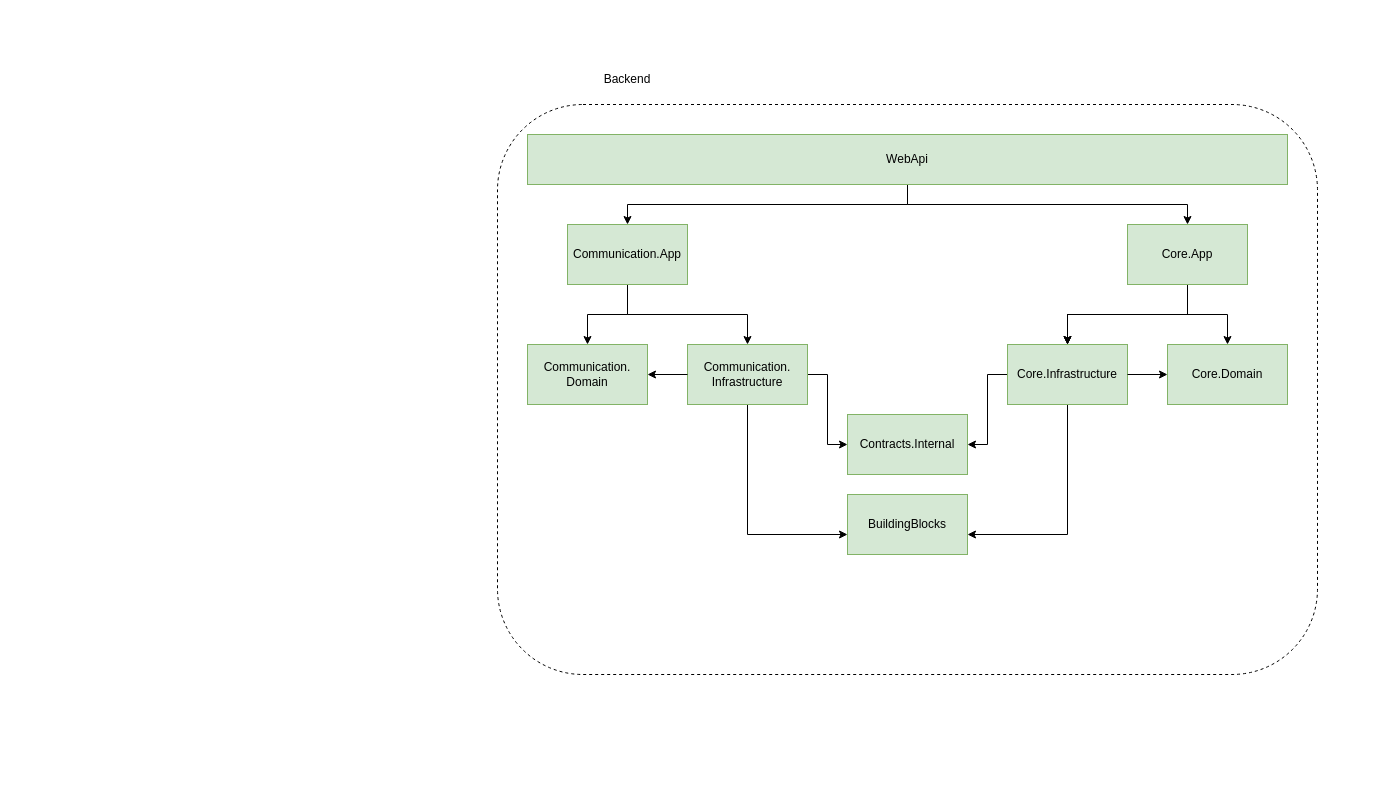
Before: page "Page-1" (1 of 2) of drawio/pebble.drawio in DelaCodes/diagrams, a draw.io diagram. Source tidied: cells renumbered, new cells numbered last; positions are measured from the earlier drawing's top-left corner, leaving out a move shared by most shapes. Both pictures are drawn from the tidied source at 100%, with x=0, y=0 at pixel (497, 64).
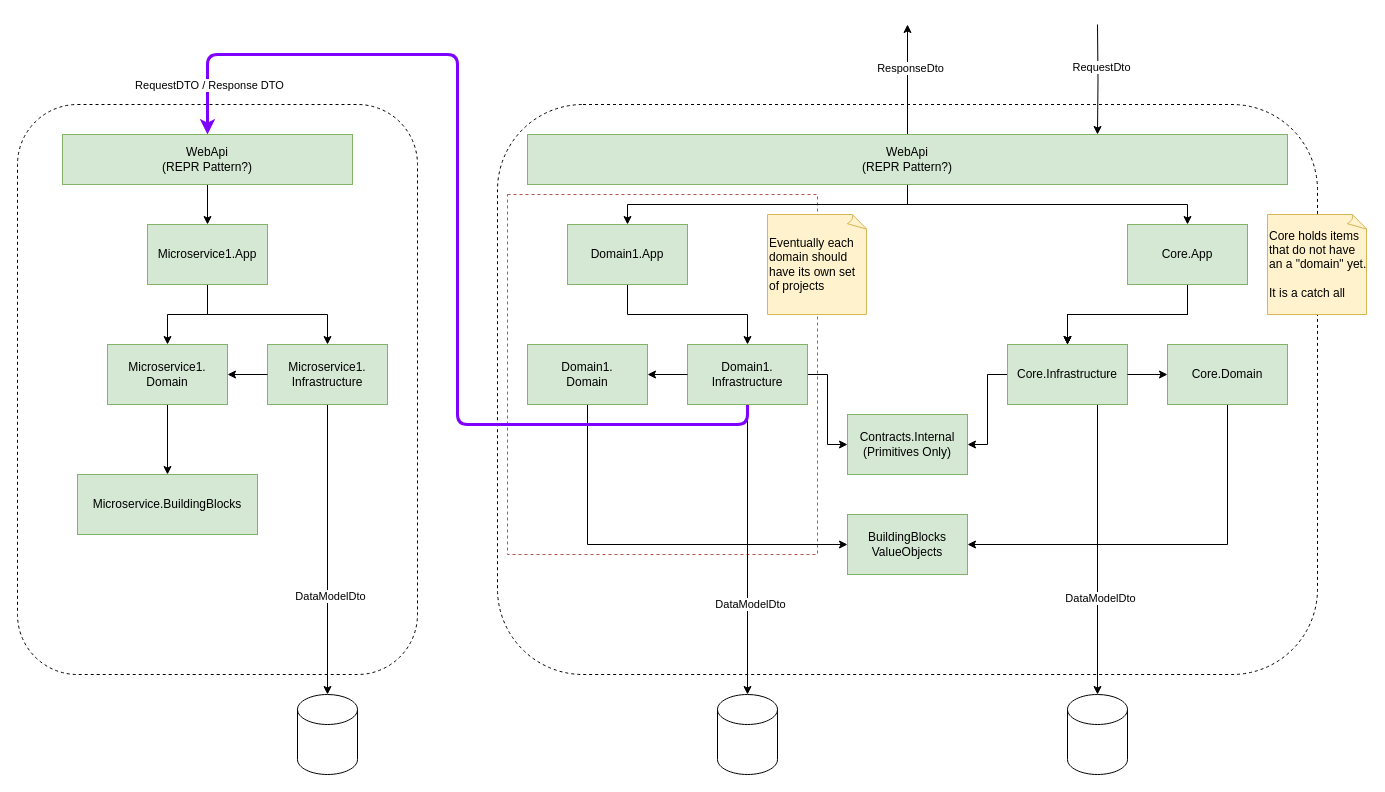
After the change.

The change refers to these unchanged cells:
```xml
<mxCell id="11" value="Core.App" style="whiteSpace=wrap;html=1;fillColor=#d5e8d4;strokeColor=#82b366;rounded=0;" parent="1" vertex="1">
  <mxGeometry x="630" y="160" width="120" height="60" as="geometry" />
</mxCell>
<mxCell id="22" value="Core.Infrastructure" style="whiteSpace=wrap;html=1;fillColor=#d5e8d4;strokeColor=#82b366;rounded=0;" parent="1" vertex="1">
  <mxGeometry x="510" y="280" width="120" height="60" as="geometry" />
</mxCell>
<mxCell id="23" value="Core.Domain" style="whiteSpace=wrap;html=1;fillColor=#d5e8d4;strokeColor=#82b366;rounded=0;" parent="1" vertex="1">
  <mxGeometry x="670" y="280" width="120" height="60" as="geometry" />
</mxCell>
```

What changed in the source:
```diff
@@
+    <mxCell id="27" style="rounded=1;whiteSpace=wrap;html=1;dashed=1;fillColor=none;" parent="1" vertex="1">
+      <mxGeometry x="-480" y="40" width="400" height="570" as="geometry" />
+    </mxCell>
@@
+    <mxCell id="28" style="rounded=0;whiteSpace=wrap;html=1;fillColor=none;strokeColor=#b85450;dashed=1;" parent="1" vertex="1">
+      <mxGeometry x="10" y="130" width="310" height="360" as="geometry" />
+    </mxCell>
@@
+    <mxCell id="29" style="edgeStyle=orthogonalEdgeStyle;rounded=0;jettySize=auto;html=1;exitX=0.5;exitY=0;exitDx=0;exitDy=0;" parent="1" edge="1" source="5">
+      <mxGeometry relative="1" as="geometry">
+        <mxPoint x="410" y="-40" as="targetPoint" />
+      </mxGeometry>
+    </mxCell>
+    <mxCell id="30" value="ResponseDto" style="edgeLabel;html=1;align=center;verticalAlign=middle;" parent="29" vertex="1">
+      <mxGeometry x="0.21" y="-2" relative="1" as="geometry" />
+    </mxCell>
+    <mxCell id="31" style="edgeStyle=orthogonalEdgeStyle;rounded=0;jettySize=auto;html=1;entryX=0.75;entryY=0;entryDx=0;entryDy=0;" parent="1" edge="1" target="5">
+      <mxGeometry relative="1" as="geometry">
+        <mxPoint x="600" y="-40" as="sourcePoint" />
+      </mxGeometry>
+    </mxCell>
+    <mxCell id="32" value="RequestDto" style="edgeLabel;html=1;align=center;verticalAlign=middle;" parent="31" vertex="1">
+      <mxGeometry x="-0.22" y="3" relative="1" as="geometry" />
+    </mxCell>
-    <mxCell id="5" value="WebApi" style="rounded=0;whiteSpace=wrap;html=1;fillColor=#d5e8d4;strokeColor=#82b366;" parent="1" vertex="1">
+    <mxCell id="5" value="WebApi&lt;br&gt;(REPR Pattern?)" style="rounded=0;whiteSpace=wrap;html=1;fillColor=#d5e8d4;strokeColor=#82b366;" parent="1" vertex="1">
       <mxGeometry x="30" y="70" width="760" height="50" as="geometry" />
     </mxCell>
-    <mxCell id="6" value="Backend" style="text;html=1;align=center;verticalAlign=middle;whiteSpace=wrap;rounded=0;" parent="1" vertex="1">
-      <mxGeometry x="100" width="60" height="30" as="geometry" />
-    </mxCell>
@@
-    <mxCell id="10" style="edgeStyle=orthogonalEdgeStyle;rounded=0;jettySize=auto;html=1;" parent="1" edge="1" source="11" target="23">
-      <mxGeometry relative="1" as="geometry" />
-    </mxCell>
@@
-    <mxCell id="13" style="edgeStyle=orthogonalEdgeStyle;rounded=0;jettySize=auto;html=1;" parent="1" edge="1" source="14" target="18">
-      <mxGeometry relative="1" as="geometry" />
-    </mxCell>
-    <mxCell id="14" value="Communication.App" style="whiteSpace=wrap;html=1;fillColor=#d5e8d4;strokeColor=#82b366;rounded=0;" parent="1" vertex="1">
+    <mxCell id="14" value="Domain1.App" style="whiteSpace=wrap;html=1;fillColor=#d5e8d4;strokeColor=#82b366;rounded=0;" parent="1" vertex="1">
       <mxGeometry x="70" y="160" width="120" height="60" as="geometry" />
     </mxCell>
-    <mxCell id="15" style="edgeStyle=orthogonalEdgeStyle;rounded=0;jettySize=auto;html=1;" parent="1" edge="1" source="17" target="25">
-      <mxGeometry relative="1" as="geometry">
-        <Array as="points">
-          <mxPoint x="250" y="470" />
-        </Array>
-      </mxGeometry>
-    </mxCell>
@@
+    <mxCell id="33" style="edgeStyle=orthogonalEdgeStyle;rounded=0;jettySize=auto;html=1;" parent="1" edge="1" source="17" target="42">
+      <mxGeometry relative="1" as="geometry" />
+    </mxCell>
+    <mxCell id="34" value="DataModelDto" style="edgeLabel;html=1;align=center;verticalAlign=middle;" parent="33" vertex="1">
+      <mxGeometry x="0.37" y="2" relative="1" as="geometry" />
+    </mxCell>
+    <mxCell id="35" style="edgeStyle=orthogonalEdgeStyle;rounded=0;jettySize=auto;html=1;" parent="1" edge="1" source="18" target="43">
+      <mxGeometry relative="1" as="geometry">
+        <Array as="points">
+          <mxPoint x="90" y="480" />
+        </Array>
+      </mxGeometry>
+    </mxCell>
+    <mxCell id="36" style="edgeStyle=orthogonalEdgeStyle;rounded=1;jettySize=auto;html=1;exitX=0.5;exitY=1;exitDx=0;exitDy=0;entryX=0.5;entryY=0;entryDx=0;entryDy=0;curved=0;strokeColor=#7F00FF;strokeWidth=3;" parent="1" edge="1" source="17" target="56">
+      <mxGeometry relative="1" as="geometry">
+        <Array as="points">
+          <mxPoint x="250" y="360" />
+          <mxPoint x="-40" y="360" />
+          <mxPoint x="-40" y="-10" />
+          <mxPoint x="-290" y="-10" />
+        </Array>
+      </mxGeometry>
+    </mxCell>
+    <mxCell id="37" value="RequestDTO / Response DTO" style="edgeLabel;html=1;align=center;verticalAlign=middle;" parent="36" vertex="1">
+      <mxGeometry x="0.9" y="1" relative="1" as="geometry" />
+    </mxCell>
-    <mxCell id="17" value="Communication.&lt;br&gt;Infrastructure" style="whiteSpace=wrap;html=1;fillColor=#d5e8d4;strokeColor=#82b366;rounded=0;" parent="1" vertex="1">
+    <mxCell id="17" value="Domain1.&lt;br&gt;Infrastructure" style="whiteSpace=wrap;html=1;fillColor=#d5e8d4;strokeColor=#82b366;rounded=0;" parent="1" vertex="1">
       <mxGeometry x="190" y="280" width="120" height="60" as="geometry" />
     </mxCell>
-    <mxCell id="18" value="Communication.&lt;br&gt;Domain" style="whiteSpace=wrap;html=1;fillColor=#d5e8d4;strokeColor=#82b366;rounded=0;" parent="1" vertex="1">
+    <mxCell id="18" value="Domain1.&lt;br&gt;Domain" style="whiteSpace=wrap;html=1;fillColor=#d5e8d4;strokeColor=#82b366;rounded=0;" parent="1" vertex="1">
       <mxGeometry x="30" y="280" width="120" height="60" as="geometry" />
     </mxCell>
@@
-    <mxCell id="20" style="edgeStyle=orthogonalEdgeStyle;rounded=0;jettySize=auto;html=1;exitX=0.5;exitY=1;exitDx=0;exitDy=0;" parent="1" edge="1" source="22" target="25">
-      <mxGeometry relative="1" as="geometry">
-        <Array as="points">
-          <mxPoint x="570" y="470" />
-        </Array>
-      </mxGeometry>
-    </mxCell>
@@
+    <mxCell id="38" style="edgeStyle=orthogonalEdgeStyle;rounded=0;jettySize=auto;html=1;entryX=0.5;entryY=0;entryDx=0;entryDy=0;entryPerimeter=0;exitX=0.75;exitY=1;exitDx=0;exitDy=0;" parent="1" edge="1" source="22" target="41">
+      <mxGeometry relative="1" as="geometry" />
+    </mxCell>
+    <mxCell id="39" value="DataModelDto" style="edgeLabel;html=1;align=center;verticalAlign=middle;" parent="38" vertex="1">
+      <mxGeometry x="0.33" y="2" relative="1" as="geometry" />
+    </mxCell>
@@
+    <mxCell id="40" style="edgeStyle=orthogonalEdgeStyle;rounded=0;jettySize=auto;html=1;exitX=0.5;exitY=1;exitDx=0;exitDy=0;entryX=1;entryY=0.5;entryDx=0;entryDy=0;" parent="1" edge="1" source="23" target="43">
+      <mxGeometry relative="1" as="geometry" />
+    </mxCell>
@@
-    <mxCell id="25" value="BuildingBlocks" style="whiteSpace=wrap;html=1;fillColor=#d5e8d4;strokeColor=#82b366;rounded=0;" parent="1" vertex="1">
-      <mxGeometry x="350" y="430" width="120" height="60" as="geometry" />
-    </mxCell>
-    <mxCell id="26" value="Contracts.Internal" style="whiteSpace=wrap;html=1;fillColor=#d5e8d4;strokeColor=#82b366;rounded=0;" parent="1" vertex="1">
+    <mxCell id="26" value="Contracts.Internal&lt;br&gt;(Primitives Only)" style="whiteSpace=wrap;html=1;fillColor=#d5e8d4;strokeColor=#82b366;rounded=0;" parent="1" vertex="1">
       <mxGeometry x="350" y="350" width="120" height="60" as="geometry" />
     </mxCell>
+    <mxCell id="41" style="shape=cylinder3;whiteSpace=wrap;html=1;boundedLbl=1;backgroundOutline=1;size=15;" parent="1" vertex="1">
+      <mxGeometry x="570" y="630" width="60" height="80" as="geometry" />
+    </mxCell>
+    <mxCell id="42" style="shape=cylinder3;whiteSpace=wrap;html=1;boundedLbl=1;backgroundOutline=1;size=15;" parent="1" vertex="1">
+      <mxGeometry x="220" y="630" width="60" height="80" as="geometry" />
+    </mxCell>
+    <mxCell id="43" value="BuildingBlocks&lt;br&gt;ValueObjects" style="whiteSpace=wrap;html=1;fillColor=#d5e8d4;strokeColor=#82b366;rounded=0;" parent="1" vertex="1">
+      <mxGeometry x="350" y="450" width="120" height="60" as="geometry" />
+    </mxCell>
+    <mxCell id="44" style="edgeStyle=orthogonalEdgeStyle;rounded=0;jettySize=auto;html=1;" parent="1" edge="1" source="46" target="50">
+      <mxGeometry relative="1" as="geometry" />
+    </mxCell>
+    <mxCell id="45" style="edgeStyle=orthogonalEdgeStyle;rounded=0;jettySize=auto;html=1;" parent="1" edge="1" source="46" target="51">
+      <mxGeometry relative="1" as="geometry" />
+    </mxCell>
+    <mxCell id="46" value="Microservice1.App" style="whiteSpace=wrap;html=1;fillColor=#d5e8d4;strokeColor=#82b366;rounded=0;" parent="1" vertex="1">
+      <mxGeometry x="-350" y="160" width="120" height="60" as="geometry" />
+    </mxCell>
+    <mxCell id="47" style="edgeStyle=orthogonalEdgeStyle;rounded=0;jettySize=auto;html=1;" parent="1" edge="1" source="50" target="53">
+      <mxGeometry relative="1" as="geometry" />
+    </mxCell>
+    <mxCell id="48" value="DataModelDto" style="edgeLabel;html=1;align=center;verticalAlign=middle;" parent="47" vertex="1">
+      <mxGeometry x="0.32" y="2" relative="1" as="geometry" />
+    </mxCell>
+    <mxCell id="49" style="edgeStyle=orthogonalEdgeStyle;rounded=0;jettySize=auto;html=1;" parent="1" edge="1" source="51" target="54">
+      <mxGeometry relative="1" as="geometry" />
+    </mxCell>
+    <mxCell id="50" value="Microservice1.&lt;br&gt;Infrastructure" style="whiteSpace=wrap;html=1;fillColor=#d5e8d4;strokeColor=#82b366;rounded=0;" parent="1" vertex="1">
+      <mxGeometry x="-230" y="280" width="120" height="60" as="geometry" />
+    </mxCell>
+    <mxCell id="51" value="Microservice1.&lt;br&gt;Domain" style="whiteSpace=wrap;html=1;fillColor=#d5e8d4;strokeColor=#82b366;rounded=0;" parent="1" vertex="1">
+      <mxGeometry x="-390" y="280" width="120" height="60" as="geometry" />
+    </mxCell>
+    <mxCell id="52" style="endArrow=classic;html=1;rounded=0;entryX=1;entryY=0.5;entryDx=0;entryDy=0;" parent="1" edge="1" source="50" target="51">
+      <mxGeometry relative="1" as="geometry" />
+    </mxCell>
+    <mxCell id="53" style="shape=cylinder3;whiteSpace=wrap;html=1;boundedLbl=1;backgroundOutline=1;size=15;" parent="1" vertex="1">
+      <mxGeometry x="-200" y="630" width="60" height="80" as="geometry" />
+    </mxCell>
+    <mxCell id="54" value="Microservice.BuildingBlocks" style="whiteSpace=wrap;html=1;fillColor=#d5e8d4;strokeColor=#82b366;rounded=0;" parent="1" vertex="1">
+      <mxGeometry x="-420" y="410" width="180" height="60" as="geometry" />
+    </mxCell>
+    <mxCell id="55" style="edgeStyle=orthogonalEdgeStyle;rounded=0;jettySize=auto;html=1;" parent="1" edge="1" source="56" target="46">
+      <mxGeometry relative="1" as="geometry" />
+    </mxCell>
+    <mxCell id="56" value="WebApi&lt;br&gt;(REPR Pattern?)" style="rounded=0;whiteSpace=wrap;html=1;fillColor=#d5e8d4;strokeColor=#82b366;" parent="1" vertex="1">
+      <mxGeometry x="-435" y="70" width="290" height="50" as="geometry" />
+    </mxCell>
+    <mxCell id="57" value="Core holds items that do not have an a &quot;domain&quot; yet.&lt;div&gt;&lt;br&gt;&lt;/div&gt;&lt;div&gt;It is a catch all&lt;/div&gt;" style="whiteSpace=wrap;html=1;shape=mxgraph.basic.document;fillColor=#fff2cc;strokeColor=#d6b656;align=left;" parent="1" vertex="1">
+      <mxGeometry x="770" y="150" width="100" height="100" as="geometry" />
+    </mxCell>
+    <mxCell id="58" value="Eventually each domain should have its own set of projects" style="whiteSpace=wrap;html=1;shape=mxgraph.basic.document;fillColor=#fff2cc;strokeColor=#d6b656;align=left;" parent="1" vertex="1">
+      <mxGeometry x="270" y="150" width="100" height="100" as="geometry" />
+    </mxCell>
```
